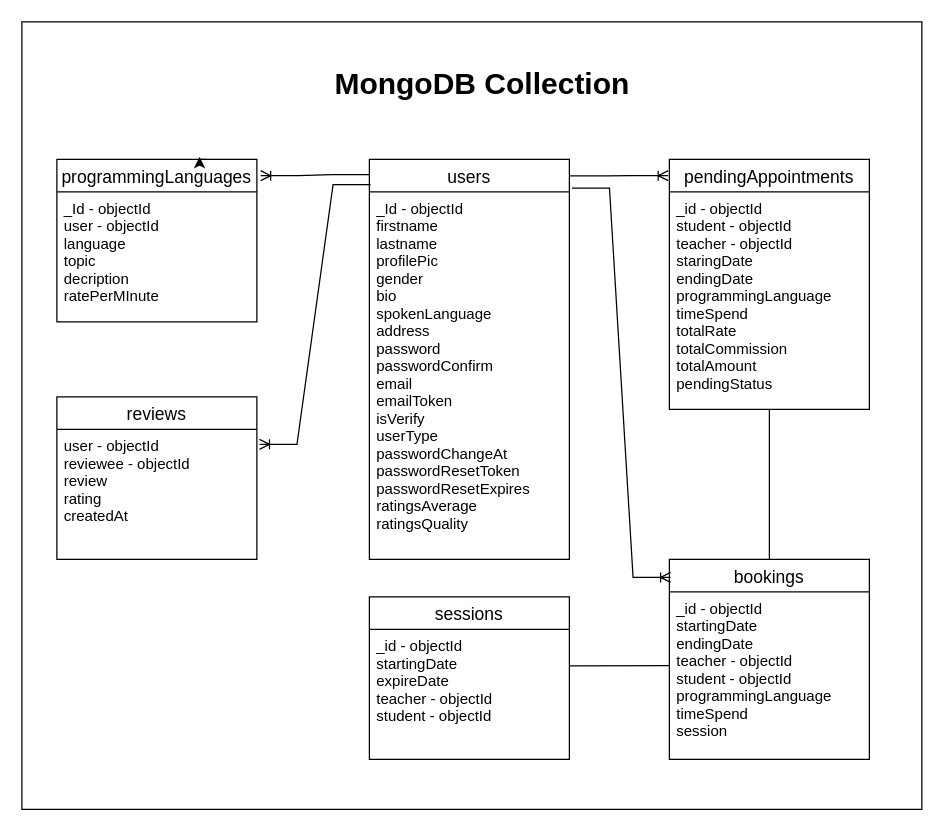
Before: Untitled Diagram.drawio in iannellasae/BadUnicorns, a draw.io diagram. Source tidied: cells renumbered, new cells numbered last; positions are measured from the earlier drawing's top-left corner, leaving out a move shared by most shapes. Both pictures are drawn from the tidied source at 125%, with x=0, y=0 at pixel (21, 21).
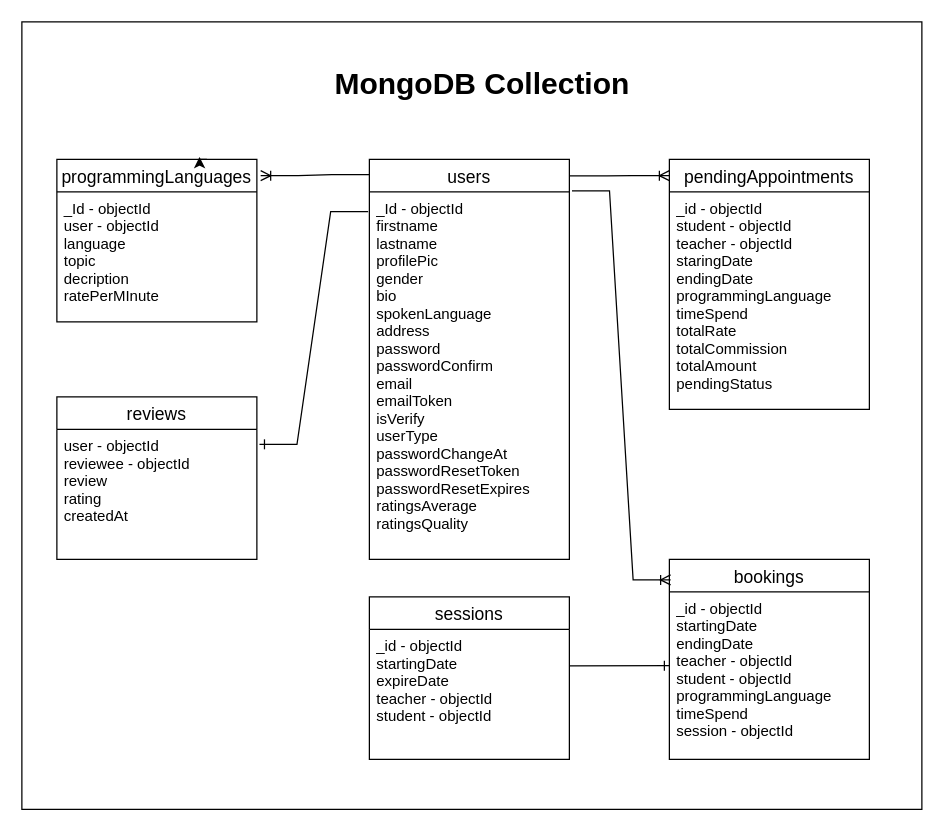
After the change.

Commit message:
MongoDB Collection Updated Cardinality

Unchanged cells that the change refers to:
```xml
<mxCell id="3" value="users" style="swimlane;fontStyle=0;horizontal=1;startSize=26;align=center;fontSize=14;" parent="1" vertex="1">
  <mxGeometry x="278" y="110" width="160" height="320" as="geometry" />
</mxCell>
<mxCell id="4" value="_Id - objectId&#10;firstname&#10;lastname&#10;profilePic&#10;gender&#10;bio&#10;spokenLanguage&#10;address&#10;password&#10;passwordConfirm&#10;email&#10;emailToken&#10;isVerify&#10;userType&#10;passwordChangeAt&#10;passwordResetToken&#10;passwordResetExpires&#10;ratingsAverage&#10;ratingsQuality" style="text;strokeColor=none;fillColor=none;spacingLeft=4;spacingRight=4;overflow=hidden;points=[[0,0.5],[1,0.5]];portConstraint=eastwest;fontSize=12;" parent="3" vertex="1">
  <mxGeometry y="26" width="160" height="294" as="geometry" />
</mxCell>
<mxCell id="5" value="programmingLanguages" style="swimlane;fontStyle=0;horizontal=1;startSize=26;align=center;fontSize=14;" parent="1" vertex="1">
  <mxGeometry x="28" y="110" width="160" height="130" as="geometry" />
</mxCell>
<mxCell id="9" value="user - objectId&#10;reviewee - objectId&#10;review&#10;rating&#10;createdAt" style="text;strokeColor=none;fillColor=none;spacingLeft=4;spacingRight=4;overflow=hidden;points=[[0,0.5],[1,0.5]];portConstraint=eastwest;fontSize=12;" parent="8" vertex="1">
  <mxGeometry y="26" width="160" height="104" as="geometry" />
</mxCell>
<mxCell id="10" value="pendingAppointments" style="swimlane;fontStyle=0;horizontal=1;startSize=26;align=center;fontSize=14;" parent="1" vertex="1">
  <mxGeometry x="518" y="110" width="160" height="200" as="geometry" />
</mxCell>
<mxCell id="11" value="_id - objectId&#10;student - objectId&#10;teacher - objectId&#10;staringDate&#10;endingDate&#10;programmingLanguage&#10;timeSpend&#10;totalRate&#10;totalCommission&#10;totalAmount&#10;pendingStatus" style="text;strokeColor=none;fillColor=none;spacingLeft=4;spacingRight=4;overflow=hidden;points=[[0,0.5],[1,0.5]];portConstraint=eastwest;fontSize=12;" parent="10" vertex="1">
  <mxGeometry y="26" width="160" height="174" as="geometry" />
</mxCell>
<mxCell id="12" value="bookings" style="swimlane;fontStyle=0;horizontal=1;startSize=26;align=center;fontSize=14;" parent="1" vertex="1">
  <mxGeometry x="518" y="430" width="160" height="160" as="geometry" />
</mxCell>
<mxCell id="15" value="_id - objectId&#10;startingDate&#10;expireDate&#10;teacher - objectId&#10;student - objectId" style="text;strokeColor=none;fillColor=none;spacingLeft=4;spacingRight=4;overflow=hidden;points=[[0,0.5],[1,0.5]];portConstraint=eastwest;fontSize=12;" parent="14" vertex="1">
  <mxGeometry y="26" width="160" height="104" as="geometry" />
</mxCell>
```

Diff of the diagram source:
```diff
@@
-    <mxCell id="13" value="_id - objectId&#10;startingDate&#10;endingDate&#10;teacher - objectId&#10;student - objectId&#10;programmingLanguage&#10;timeSpend&#10;session&#10;" style="text;strokeColor=none;fillColor=none;spacingLeft=4;spacingRight=4;overflow=hidden;fontSize=12;" parent="12" vertex="1">
+    <mxCell id="13" value="_id - objectId&#10;startingDate&#10;endingDate&#10;teacher - objectId&#10;student - objectId&#10;programmingLanguage&#10;timeSpend&#10;session - objectId&#10;" style="text;strokeColor=none;fillColor=none;spacingLeft=4;spacingRight=4;overflow=hidden;fontSize=12;" parent="12" vertex="1">
       <mxGeometry y="26" width="160" height="134" as="geometry" />
     </mxCell>
@@
-    <mxCell id="16" style="edgeStyle=entityRelationEdgeStyle;fontSize=12;html=1;endArrow=ERoneToMany;rounded=0;exitX=0;exitY=0.038;exitDx=0;exitDy=0;entryX=1.019;entryY=0.1;entryDx=0;entryDy=0;entryPerimeter=0;exitPerimeter=0;" parent="1" edge="1" source="3" target="5">
+    <mxCell id="16" style="edgeStyle=entityRelationEdgeStyle;fontSize=12;html=1;endArrow=ERoneToMany;rounded=0;exitX=0;exitY=0.038;exitDx=0;exitDy=0;entryX=1.019;entryY=0.1;entryDx=0;entryDy=0;entryPerimeter=0;exitPerimeter=0;startArrow=none;startFill=0;" parent="1" edge="1" source="3" target="5">
       <mxGeometry relative="1" as="geometry" />
     </mxCell>
-    <mxCell id="17" style="edgeStyle=entityRelationEdgeStyle;fontSize=12;html=1;endArrow=ERoneToMany;rounded=0;exitX=1;exitY=0.041;exitDx=0;exitDy=0;entryX=-0.006;entryY=0.065;entryDx=0;entryDy=0;entryPerimeter=0;exitPerimeter=0;" parent="1" edge="1" source="3" target="10">
-      <mxGeometry relative="1" as="geometry" />
+    <mxCell id="17" style="edgeStyle=entityRelationEdgeStyle;fontSize=12;html=1;endArrow=ERoneToMany;rounded=0;exitX=1;exitY=0.041;exitDx=0;exitDy=0;exitPerimeter=0;" parent="1" edge="1" source="3">
+      <mxGeometry relative="1" as="geometry">
+        <mxPoint x="518" y="123" as="targetPoint" />
+      </mxGeometry>
     </mxCell>
-    <mxCell id="18" style="edgeStyle=entityRelationEdgeStyle;fontSize=12;html=1;endArrow=ERoneToMany;rounded=0;exitX=0.006;exitY=0.063;exitDx=0;exitDy=0;exitPerimeter=0;entryX=1.013;entryY=0.115;entryDx=0;entryDy=0;entryPerimeter=0;" parent="1" edge="1" source="3" target="9">
+    <mxCell id="18" style="edgeStyle=entityRelationEdgeStyle;fontSize=12;html=1;endArrow=ERone;rounded=0;exitX=-0.006;exitY=0.054;exitDx=0;exitDy=0;exitPerimeter=0;entryX=1.013;entryY=0.115;entryDx=0;entryDy=0;entryPerimeter=0;endFill=0;startArrow=none;startFill=0;" parent="1" edge="1" source="4" target="9">
       <mxGeometry relative="1" as="geometry" />
     </mxCell>
-    <mxCell id="19" style="edgeStyle=entityRelationEdgeStyle;fontSize=12;html=1;endArrow=ERoneToMany;rounded=0;entryX=0.006;entryY=0.09;entryDx=0;entryDy=0;entryPerimeter=0;exitX=1.013;exitY=-0.01;exitDx=0;exitDy=0;exitPerimeter=0;" parent="1" edge="1" source="4" target="12">
-      <mxGeometry relative="1" as="geometry" />
+    <mxCell id="19" style="edgeStyle=entityRelationEdgeStyle;fontSize=12;html=1;endArrow=ERoneToMany;rounded=0;entryX=0.006;entryY=0.09;entryDx=0;entryDy=0;entryPerimeter=0;exitX=1.013;exitY=-0.01;exitDx=0;exitDy=0;exitPerimeter=0;endFill=0;startArrow=none;startFill=0;" parent="1" edge="1">
+      <mxGeometry relative="1" as="geometry">
+        <mxPoint x="440.1" y="135.1" as="sourcePoint" />
+        <mxPoint x="519" y="446.4" as="targetPoint" />
+      </mxGeometry>
     </mxCell>
-    <mxCell id="20" style="endArrow=none;html=1;rounded=0;exitX=1;exitY=0.281;exitDx=0;exitDy=0;exitPerimeter=0;" parent="1" edge="1" source="15">
+    <mxCell id="20" style="endArrow=ERone;html=1;rounded=0;exitX=1;exitY=0.281;exitDx=0;exitDy=0;exitPerimeter=0;endFill=0;" parent="1" edge="1" source="15">
       <mxGeometry relative="1" as="geometry">
         <mxPoint x="518" y="515" as="targetPoint" />
       </mxGeometry>
     </mxCell>
-    <mxCell id="21" style="endArrow=none;html=1;rounded=0;exitX=0.5;exitY=1;exitDx=0;exitDy=0;exitPerimeter=0;entryX=0.5;entryY=0;entryDx=0;entryDy=0;" parent="1" edge="1" source="11" target="12">
-      <mxGeometry relative="1" as="geometry" />
-    </mxCell>
```
